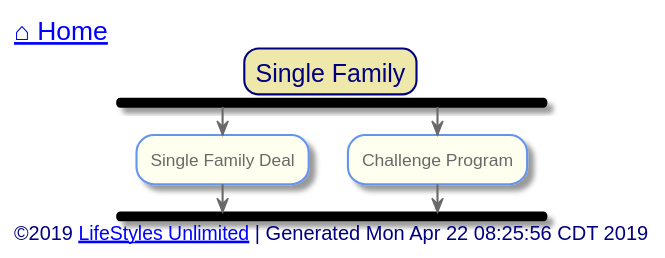
The PlantUML diagram out/src/single-family/index.svg in toddmo/lifestylesunlimited, before a commit.
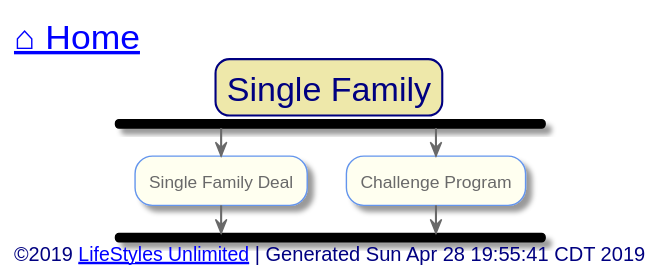
Above is the later version.

The edit, as a diff of the source:
```diff
@@ -11,11 +11,13 @@
   BackgroundColor PaleGoldenRod
   BorderColor Navy
   BorderRoundCorner 20
+  FontSize 24
 }
 
 skinparam activity {
   BackgroundColor Ivory
   BorderColor CornflowerBlue
+  BorderThickness 1
   FontColor DimGray
 
 
@@ -73,7 +75,7 @@
 
 
 left header
-	<font color=Navy size=18>[[../index.svg ⌂ Home]]</font>
+	<font color=Navy size=24>[[../index.svg ⌂ Home]]</font>
 endheader
 
 
@@ -88,7 +90,7 @@
 
 
 left footer
-	<font size=14>©2019 [[http://www.lifestylesunlimited.com LifeStyles Unlimited]] | Generated Mon Apr 22 08:25:56 CDT 2019</font>
+	<font size=14>©2019 [[http://www.lifestylesunlimited.com LifeStyles Unlimited]] | Generated Sun Apr 28 19:55:41 CDT 2019</font>
 endfooter
 
 
```
